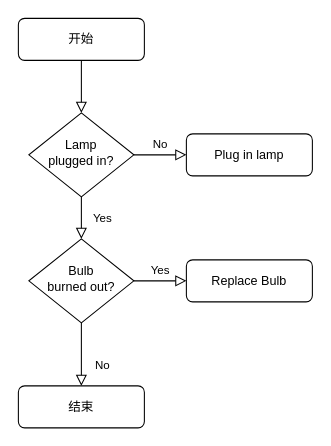
Before: 测试.drawio in jing17/drawio, a draw.io diagram. Source tidied: cells renumbered, new cells numbered last; positions are measured from the earlier drawing's top-left corner, leaving out a move shared by most shapes. Both pictures are drawn from the tidied source at 105%, with x=0, y=0 at pixel (18, 18).
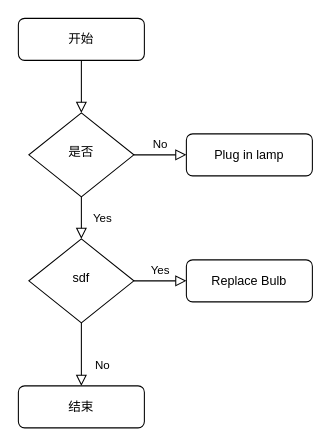
After the change.

The edit, as a diff of the source:
```diff
@@
 <mxGraphModel>
   <root>
     <mxCell id="0" />
     <mxCell id="1" parent="0" />
     <mxCell id="2" style="rounded=0;html=1;jettySize=auto;fontSize=11;endArrow=block;endFill=0;endSize=8;strokeWidth=1;shadow=0;labelBackgroundColor=none;edgeStyle=orthogonalEdgeStyle;" parent="1" edge="1" source="3" target="6">
       <mxGeometry relative="1" as="geometry" />
     </mxCell>
     <mxCell id="3" value="开始" style="rounded=1;whiteSpace=wrap;html=1;fontSize=12;glass=0;strokeWidth=1;shadow=0;" parent="1" vertex="1">
       <mxGeometry width="120" height="40" as="geometry" />
     </mxCell>
     <mxCell id="4" value="Yes" style="rounded=0;html=1;jettySize=auto;fontSize=11;endArrow=block;endFill=0;endSize=8;strokeWidth=1;shadow=0;labelBackgroundColor=none;edgeStyle=orthogonalEdgeStyle;" parent="1" edge="1" source="6" target="10">
       <mxGeometry y="20" relative="1" as="geometry" />
     </mxCell>
     <mxCell id="5" value="No" style="edgeStyle=orthogonalEdgeStyle;rounded=0;html=1;jettySize=auto;fontSize=11;endArrow=block;endFill=0;endSize=8;strokeWidth=1;shadow=0;labelBackgroundColor=none;" parent="1" edge="1" source="6" target="7">
       <mxGeometry y="10" relative="1" as="geometry" />
     </mxCell>
-    <mxCell id="6" value="Lamp&lt;br&gt;plugged in?" style="rhombus;whiteSpace=wrap;html=1;shadow=0;fontFamily=Helvetica;fontSize=12;align=center;strokeWidth=1;spacing=6;spacingTop=-4;" parent="1" vertex="1">
+    <mxCell id="6" value="是否" style="rhombus;whiteSpace=wrap;html=1;shadow=0;fontFamily=Helvetica;fontSize=12;align=center;strokeWidth=1;spacing=6;spacingTop=-4;" parent="1" vertex="1">
       <mxGeometry x="10" y="90" width="100" height="80" as="geometry" />
     </mxCell>
     <mxCell id="7" value="Plug in lamp" style="rounded=1;whiteSpace=wrap;html=1;fontSize=12;glass=0;strokeWidth=1;shadow=0;" parent="1" vertex="1">
       <mxGeometry x="160" y="110" width="120" height="40" as="geometry" />
     </mxCell>
     <mxCell id="8" value="No" style="rounded=0;html=1;jettySize=auto;fontSize=11;endArrow=block;endFill=0;endSize=8;strokeWidth=1;shadow=0;labelBackgroundColor=none;edgeStyle=orthogonalEdgeStyle;" parent="1" edge="1" source="10" target="11">
       <mxGeometry x="0.33" y="20" relative="1" as="geometry" />
     </mxCell>
     <mxCell id="9" value="Yes" style="edgeStyle=orthogonalEdgeStyle;rounded=0;html=1;jettySize=auto;fontSize=11;endArrow=block;endFill=0;endSize=8;strokeWidth=1;shadow=0;labelBackgroundColor=none;" parent="1" edge="1" source="10" target="12">
       <mxGeometry y="10" relative="1" as="geometry" />
     </mxCell>
-    <mxCell id="10" value="Bulb&lt;br&gt;burned out?" style="rhombus;whiteSpace=wrap;html=1;shadow=0;fontFamily=Helvetica;fontSize=12;align=center;strokeWidth=1;spacing=6;spacingTop=-4;" parent="1" vertex="1">
+    <mxCell id="10" value="sdf" style="rhombus;whiteSpace=wrap;html=1;shadow=0;fontFamily=Helvetica;fontSize=12;align=center;strokeWidth=1;spacing=6;spacingTop=-4;" parent="1" vertex="1">
       <mxGeometry x="10" y="210" width="100" height="80" as="geometry" />
     </mxCell>
     <mxCell id="11" value="结束" style="rounded=1;whiteSpace=wrap;html=1;fontSize=12;glass=0;strokeWidth=1;shadow=0;" parent="1" vertex="1">
       <mxGeometry y="350" width="120" height="40" as="geometry" />
     </mxCell>
     <mxCell id="12" value="Replace Bulb" style="rounded=1;whiteSpace=wrap;html=1;fontSize=12;glass=0;strokeWidth=1;shadow=0;" parent="1" vertex="1">
       <mxGeometry x="160" y="230" width="120" height="40" as="geometry" />
     </mxCell>
   </root>
 </mxGraphModel>
```
